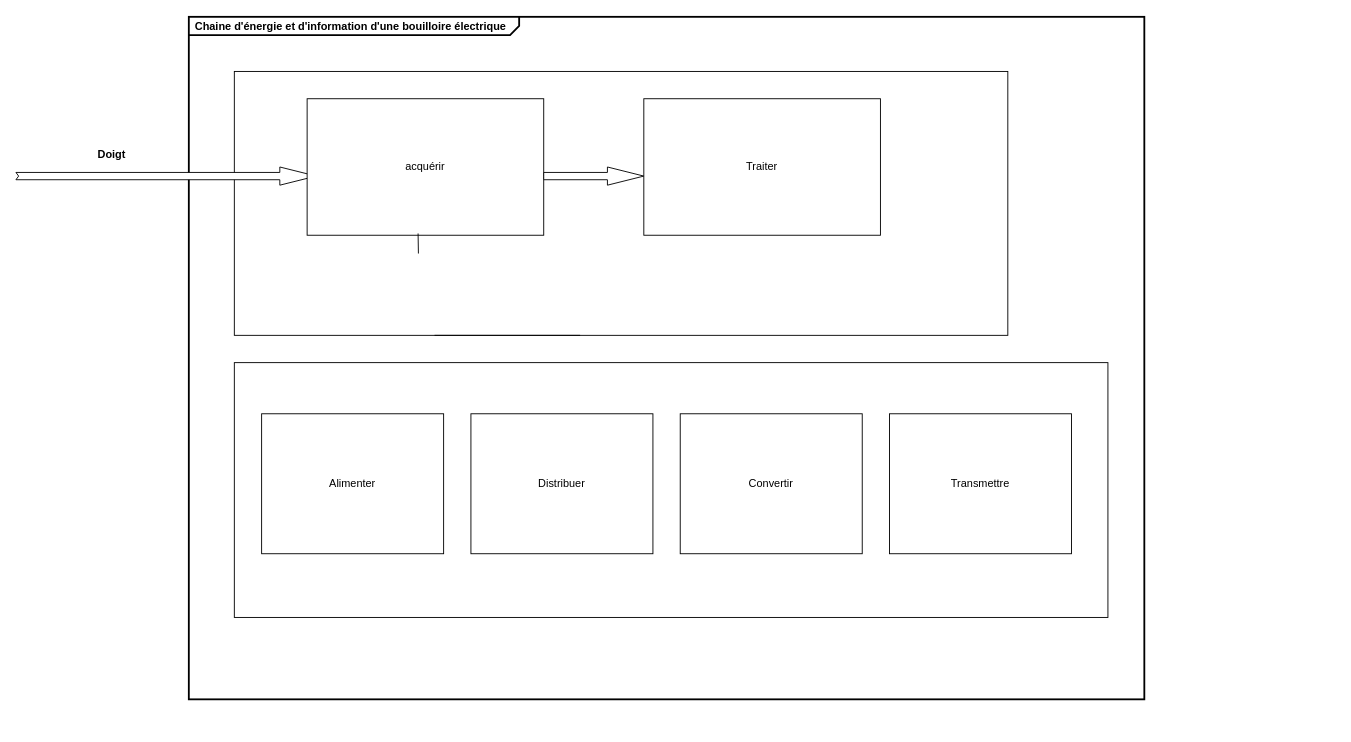
Earlier version of the draw.io diagram BD_BOUILLOIRE.drawio (Capaure/mon_classeur_SI1ere). Source tidied: cells renumbered, new cells numbered last; positions are measured from the earlier drawing's top-left corner, leaving out a move shared by most shapes. Both pictures are drawn from the tidied source at 91%, with x=0, y=0 at pixel (15, 16). Pictures stored in the file or linked from it are replaced by grey dashed boxes.
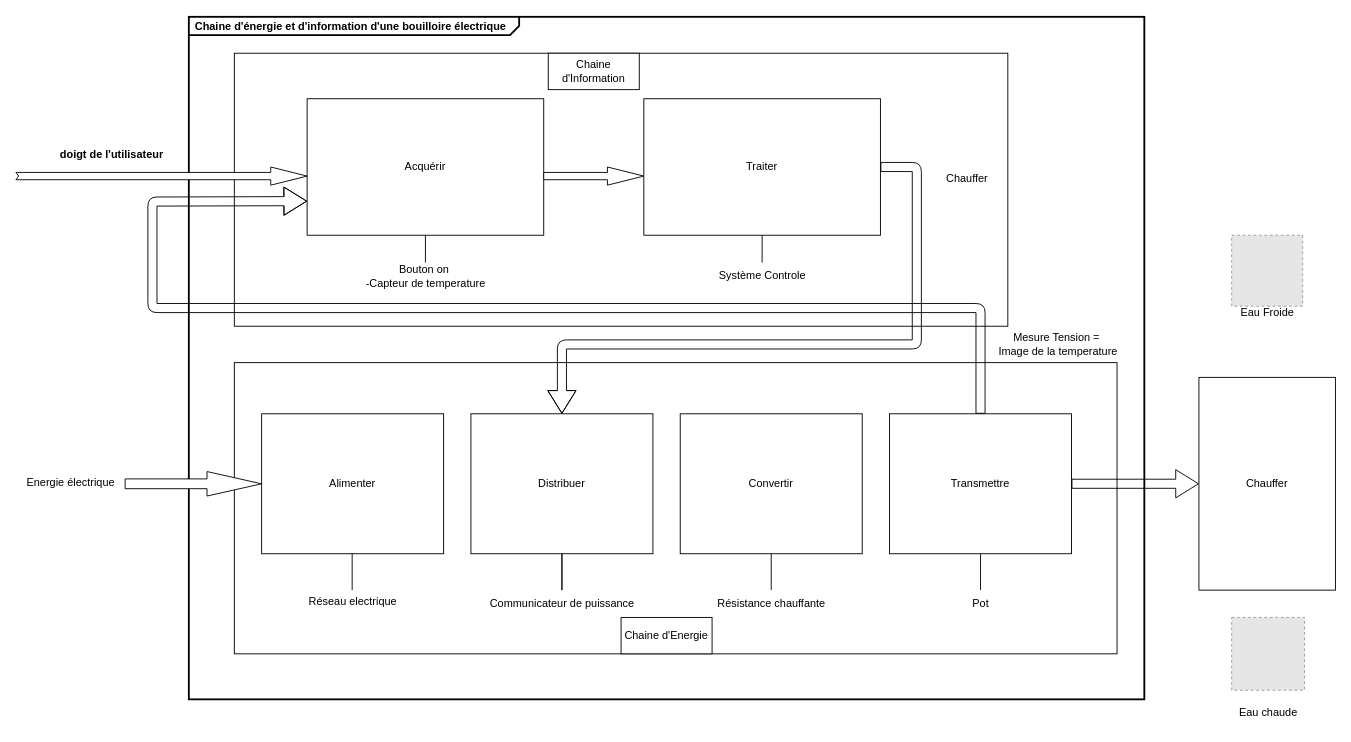
Above is the later version.

Commit message (it also covers changes not shown here):
Mettre à jour BD_BOUILLOIRE.drawio

Unchanged cells that the change refers to:
```xml
<mxCell id="9" value="Traiter" style="html=1;whiteSpace=wrap;" parent="1" vertex="1">
  <mxGeometry x="690" y="90" width="260" height="150" as="geometry" />
</mxCell>
<mxCell id="10" value="Distribuer" style="html=1;whiteSpace=wrap;" parent="1" vertex="1">
  <mxGeometry x="500" y="436.2" width="200" height="153.8" as="geometry" />
</mxCell>
<mxCell id="12" value="Convertir" style="html=1;whiteSpace=wrap;" parent="1" vertex="1">
  <mxGeometry x="730" y="436.2" width="200" height="153.8" as="geometry" />
</mxCell>
<mxCell id="13" value="Transmettre" style="html=1;whiteSpace=wrap;" parent="1" vertex="1">
  <mxGeometry x="960" y="436.2" width="200" height="153.8" as="geometry" />
</mxCell>
```

Change to the diagram source:
```diff
@@
     <mxCell id="3" style="html=1;whiteSpace=wrap;" parent="1" vertex="1">
-      <mxGeometry x="240" y="60" width="850" height="290" as="geometry" />
+      <mxGeometry x="240" y="40" width="850" height="300" as="geometry" />
     </mxCell>
     <mxCell id="4" style="html=1;whiteSpace=wrap;" parent="1" vertex="1">
-      <mxGeometry x="240" y="380" width="960" height="280" as="geometry" />
+      <mxGeometry x="240" y="380" width="970" height="320" as="geometry" />
     </mxCell>
     <mxCell id="5" style="html=1;shadow=0;dashed=0;align=center;verticalAlign=middle;shape=mxgraph.arrows2.arrow;dy=0.6;dx=40;notch=3;" parent="1" vertex="1">
-      <mxGeometry y="165" width="330" height="20" as="geometry" />
+      <mxGeometry y="165" width="320" height="20" as="geometry" />
     </mxCell>
-    <mxCell id="6" value="Doigt" style="text;align=center;fontStyle=1;verticalAlign=middle;spacingLeft=3;spacingRight=3;strokeColor=none;html=1;" parent="1" vertex="1">
+    <mxCell id="6" value="doigt de l'utilisateur" style="text;align=center;fontStyle=1;verticalAlign=middle;spacingLeft=3;spacingRight=3;strokeColor=none;html=1;" parent="1" vertex="1">
       <mxGeometry x="50" y="139" width="110" height="26" as="geometry" />
     </mxCell>
-    <mxCell id="7" value="acquérir" style="html=1;whiteSpace=wrap;" parent="1" vertex="1">
+    <mxCell id="7" value="A&lt;span style=&quot;background-color: initial;&quot;&gt;cquérir&lt;/span&gt;" style="html=1;whiteSpace=wrap;" parent="1" vertex="1">
       <mxGeometry x="320" y="90" width="260" height="150" as="geometry" />
     </mxCell>
@@
-    <mxCell id="14" style="edgeStyle=none;html=1;endArrow=none;verticalAlign=bottom;rounded=0;" parent="1" edge="1">
-      <mxGeometry relative="1" as="geometry">
-        <mxPoint x="460" y="350" as="sourcePoint" />
-        <mxPoint x="620" y="350" as="targetPoint" />
-      </mxGeometry>
-    </mxCell>
-    <mxCell id="15" style="edgeStyle=none;html=1;endArrow=none;verticalAlign=bottom;rounded=0;exitX=0.469;exitY=0.987;exitDx=0;exitDy=0;exitPerimeter=0;entryX=0.238;entryY=0.69;entryDx=0;entryDy=0;entryPerimeter=0;" parent="1" edge="1" source="7" target="3">
-      <mxGeometry relative="1" as="geometry" />
-    </mxCell>
+    <mxCell id="16" style="endArrow=none;html=1;rounded=0;exitX=0.5;exitY=1;exitDx=0;exitDy=0;" parent="1" edge="1" source="7">
+      <mxGeometry relative="1" as="geometry">
+        <mxPoint x="450" y="270" as="targetPoint" />
+      </mxGeometry>
+    </mxCell>
+    <mxCell id="17" style="endArrow=none;html=1;rounded=0;entryX=0.5;entryY=1;entryDx=0;entryDy=0;" parent="1" edge="1" target="9">
+      <mxGeometry relative="1" as="geometry">
+        <mxPoint x="820" y="270" as="sourcePoint" />
+      </mxGeometry>
+    </mxCell>
+    <mxCell id="18" style="endArrow=none;html=1;rounded=0;entryX=0.5;entryY=1;entryDx=0;entryDy=0;exitX=0.674;exitY=0.774;exitDx=0;exitDy=0;exitPerimeter=0;" parent="1" edge="1">
+      <mxGeometry relative="1" as="geometry">
+        <mxPoint x="369.5" y="630" as="sourcePoint" />
+        <mxPoint x="369.5" y="590" as="targetPoint" />
+      </mxGeometry>
+    </mxCell>
+    <mxCell id="19" style="endArrow=none;html=1;rounded=0;exitX=0.5;exitY=1;exitDx=0;exitDy=0;" parent="1" edge="1" source="10">
+      <mxGeometry relative="1" as="geometry">
+        <mxPoint x="600" y="630" as="targetPoint" />
+      </mxGeometry>
+    </mxCell>
+    <mxCell id="20" style="endArrow=none;html=1;rounded=0;exitX=0.5;exitY=1;exitDx=0;exitDy=0;" parent="1" edge="1">
+      <mxGeometry relative="1" as="geometry">
+        <mxPoint x="600" y="590" as="sourcePoint" />
+        <mxPoint x="600" y="630" as="targetPoint" />
+      </mxGeometry>
+    </mxCell>
+    <mxCell id="21" style="endArrow=none;html=1;rounded=0;exitX=0.5;exitY=1;exitDx=0;exitDy=0;" parent="1" edge="1" source="12">
+      <mxGeometry relative="1" as="geometry">
+        <mxPoint x="830" y="630" as="targetPoint" />
+        <Array as="points">
+          <mxPoint x="830" y="620" />
+        </Array>
+      </mxGeometry>
+    </mxCell>
+    <mxCell id="22" style="endArrow=none;html=1;rounded=0;exitX=0.5;exitY=1;exitDx=0;exitDy=0;" parent="1" edge="1" source="13">
+      <mxGeometry relative="1" as="geometry">
+        <mxPoint x="1060" y="630" as="targetPoint" />
+        <Array as="points">
+          <mxPoint x="1060" y="620" />
+        </Array>
+      </mxGeometry>
+    </mxCell>
+    <mxCell id="23" value="Chaine d'Information" style="whiteSpace=wrap;html=1;align=center;" parent="1" vertex="1">
+      <mxGeometry x="585" y="40" width="100" height="40" as="geometry" />
+    </mxCell>
+    <mxCell id="24" value="Chaine d'Energie" style="whiteSpace=wrap;html=1;align=center;" parent="1" vertex="1">
+      <mxGeometry x="665" y="660" width="100" height="40" as="geometry" />
+    </mxCell>
+    <mxCell id="25" value="Réseau electrique&lt;div&gt;&lt;br&gt;&lt;/div&gt;" style="text;html=1;align=center;verticalAlign=middle;strokeColor=none;fillColor=none;" parent="1" vertex="1">
+      <mxGeometry x="310" y="630" width="120" height="40" as="geometry" />
+    </mxCell>
+    <mxCell id="26" value="Communicateur de puissance" style="text;html=1;align=center;verticalAlign=middle;strokeColor=none;fillColor=none;" parent="1" vertex="1">
+      <mxGeometry x="510" y="630" width="180" height="30" as="geometry" />
+    </mxCell>
+    <mxCell id="27" value="Résistance chauffante" style="text;html=1;align=center;verticalAlign=middle;strokeColor=none;fillColor=none;" parent="1" vertex="1">
+      <mxGeometry x="760" y="630" width="140" height="30" as="geometry" />
+    </mxCell>
+    <mxCell id="28" value="Pot" style="text;html=1;align=center;verticalAlign=middle;strokeColor=none;fillColor=none;" parent="1" vertex="1">
+      <mxGeometry x="1040" y="630" width="40" height="30" as="geometry" />
+    </mxCell>
+    <mxCell id="29" value="Chauffer" style="whiteSpace=wrap;html=1;align=center;" parent="1" vertex="1">
+      <mxGeometry x="1300" y="396.2" width="150" height="233.8" as="geometry" />
+    </mxCell>
+    <mxCell id="30" style="edgeStyle=none;jettySize=auto;html=1;shape=flexArrow;rounded=1;startSize=8;endSize=8;exitX=1;exitY=0.5;exitDx=0;exitDy=0;entryX=0;entryY=0.5;entryDx=0;entryDy=0;" parent="1" edge="1" source="13" target="29">
+      <mxGeometry relative="1" as="geometry" />
+    </mxCell>
+    <mxCell id="31" style="edgeStyle=none;jettySize=auto;html=1;shape=flexArrow;rounded=1;startSize=8;endSize=8;exitX=1;exitY=0.5;exitDx=0;exitDy=0;entryX=0.5;entryY=0;entryDx=0;entryDy=0;" parent="1" edge="1" source="9" target="10">
+      <mxGeometry relative="1" as="geometry">
+        <Array as="points">
+          <mxPoint x="990" y="165" />
+          <mxPoint x="990" y="360" />
+          <mxPoint x="600" y="360" />
+        </Array>
+      </mxGeometry>
+    </mxCell>
+    <mxCell id="32" style="edgeStyle=none;jettySize=auto;html=1;shape=flexArrow;rounded=1;startSize=8;endSize=8;exitX=0.5;exitY=0;exitDx=0;exitDy=0;entryX=0;entryY=0.75;entryDx=0;entryDy=0;" parent="1" edge="1" source="13" target="7">
+      <mxGeometry relative="1" as="geometry">
+        <Array as="points">
+          <mxPoint x="1060" y="320" />
+          <mxPoint x="150" y="320" />
+          <mxPoint x="150" y="203" />
+        </Array>
+      </mxGeometry>
+    </mxCell>
+    <mxCell id="33" value="Système Controle" style="text;html=1;align=center;verticalAlign=middle;strokeColor=none;fillColor=none;" parent="1" vertex="1">
+      <mxGeometry x="760" y="270" width="120" height="30" as="geometry" />
+    </mxCell>
+    <mxCell id="34" style="fillColor=#E6E6E6;strokeColor=#999999;dashed=1;html=1;verticalAlign=top;verticalLabelPosition=bottom;labelBackgroundColor=#ffffff;" parent="1" vertex="1">
+      <mxGeometry x="1336" y="240" width="78" height="78" as="geometry" />
+    </mxCell>
+    <mxCell id="35" value="Eau Froide" style="text;html=1;align=center;verticalAlign=middle;strokeColor=none;fillColor=none;" parent="1" vertex="1">
+      <mxGeometry x="1335" y="310" width="80" height="30" as="geometry" />
+    </mxCell>
+    <mxCell id="36" style="fillColor=#E6E6E6;strokeColor=#999999;dashed=1;html=1;verticalAlign=top;verticalLabelPosition=bottom;labelBackgroundColor=#ffffff;" parent="1" vertex="1">
+      <mxGeometry x="1336" y="660" width="80" height="80" as="geometry" />
+    </mxCell>
+    <mxCell id="37" value="Eau chaude" style="text;html=1;align=center;verticalAlign=middle;strokeColor=none;fillColor=none;" parent="1" vertex="1">
+      <mxGeometry x="1331" y="750" width="90" height="30" as="geometry" />
+    </mxCell>
+    <mxCell id="38" value="Chauffer&lt;div&gt;&lt;br&gt;&lt;/div&gt;" style="text;html=1;align=center;verticalAlign=middle;strokeColor=none;fillColor=none;" parent="1" vertex="1">
+      <mxGeometry x="1010" y="165" width="70" height="40" as="geometry" />
+    </mxCell>
+    <mxCell id="39" value="Bouton on&amp;nbsp;&lt;div&gt;-Capteur de temperature&lt;/div&gt;" style="text;html=1;align=center;verticalAlign=middle;strokeColor=none;fillColor=none;" parent="1" vertex="1">
+      <mxGeometry x="375" y="265" width="150" height="40" as="geometry" />
+    </mxCell>
+    <mxCell id="40" value="Energie électrique" style="text;html=1;align=center;verticalAlign=middle;strokeColor=none;fillColor=none;" parent="1" vertex="1">
+      <mxGeometry y="496.6" width="120" height="30" as="geometry" />
+    </mxCell>
+    <mxCell id="41" style="shape=singleArrow;whiteSpace=wrap;html=1;arrowWidth=0.4;arrowSize=0.4;" parent="1" vertex="1">
+      <mxGeometry x="120" y="499.7" width="150" height="26.9" as="geometry" />
+    </mxCell>
+    <mxCell id="42" value="Mesure Tension =&amp;nbsp;&lt;div&gt;Image de la temperature&lt;/div&gt;" style="text;html=1;align=center;verticalAlign=middle;strokeColor=none;fillColor=none;" parent="1" vertex="1">
+      <mxGeometry x="1070" y="340" width="150" height="40" as="geometry" />
+    </mxCell>
```
